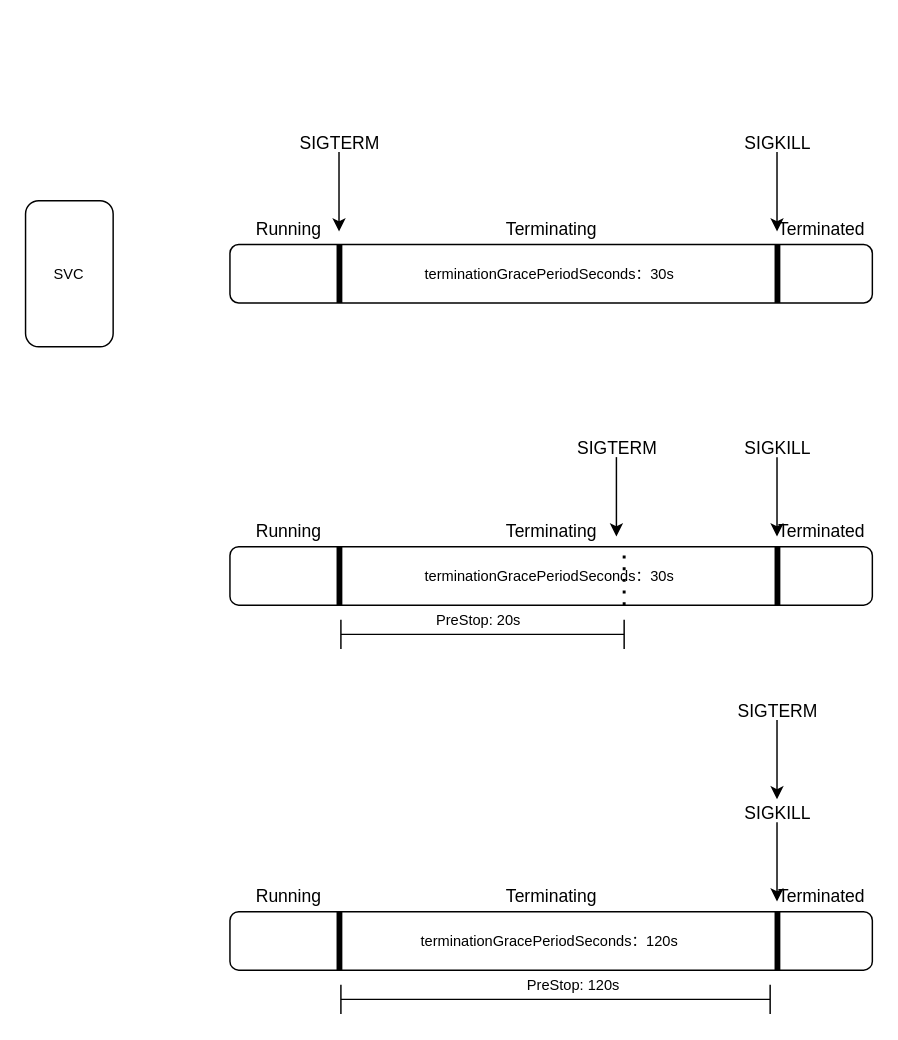
Before: pod_graceful_shutdown.drawio in yubowen0525/ImageStorage, a draw.io diagram. Source tidied: cells renumbered, new cells numbered last; positions are measured from the earlier drawing's top-left corner, leaving out a move shared by most shapes. Both pictures are drawn from the tidied source at 146%, with x=0, y=0 at pixel (25, 128).
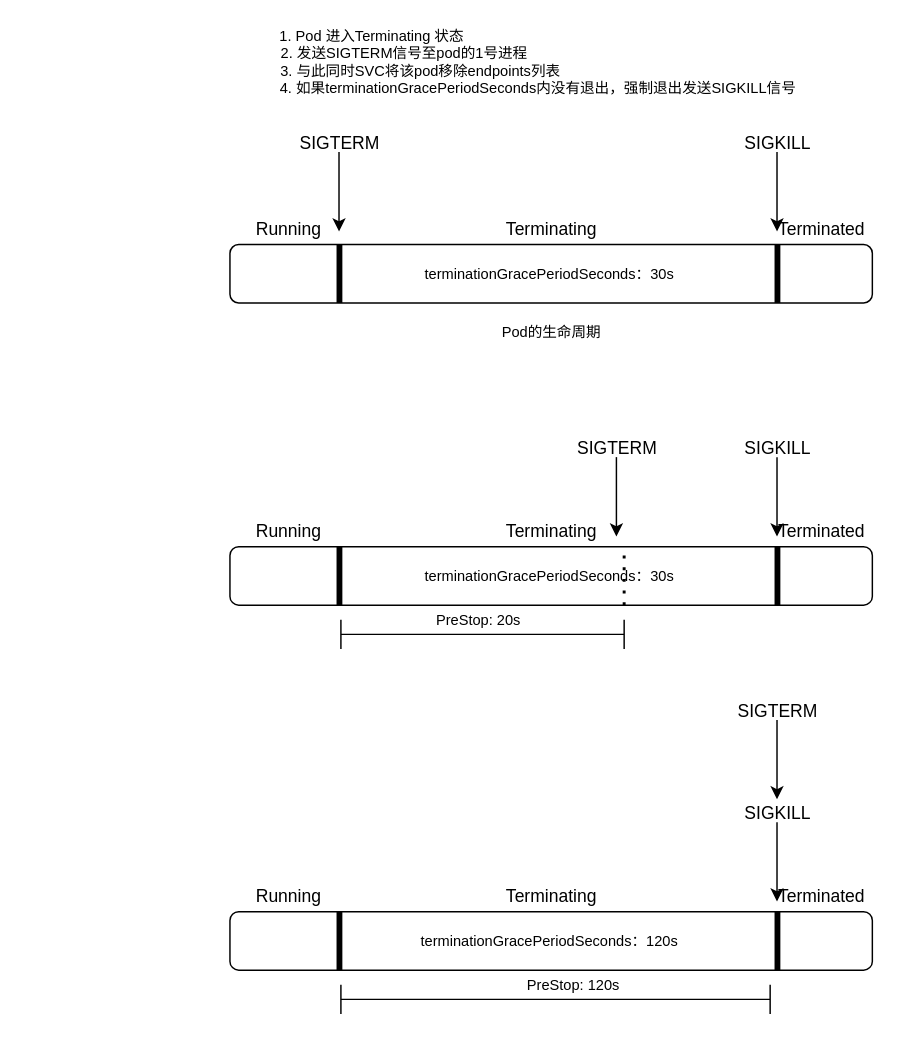
After the change.

What changed in the source:
```diff
@@
-    <mxCell id="47" value="SVC" style="rounded=1;whiteSpace=wrap;html=1;fontSize=10;" parent="1" vertex="1">
-      <mxGeometry y="49" width="60" height="100" as="geometry" />
-    </mxCell>
+    <mxCell id="48" value="1. Pod 进入Terminating 状态&amp;nbsp; &amp;nbsp; &amp;nbsp; &amp;nbsp; &amp;nbsp; &amp;nbsp; &amp;nbsp; &amp;nbsp; &amp;nbsp; &amp;nbsp; &amp;nbsp; &amp;nbsp; &amp;nbsp; &amp;nbsp; &amp;nbsp; &amp;nbsp; &amp;nbsp; &amp;nbsp; &amp;nbsp; &amp;nbsp; &amp;nbsp; &amp;nbsp; &amp;nbsp; &amp;nbsp; &amp;nbsp; &amp;nbsp; &amp;nbsp; &amp;nbsp; &amp;nbsp; &amp;nbsp; &amp;nbsp; &amp;nbsp; &amp;nbsp; &amp;nbsp; &amp;nbsp; &amp;nbsp; &amp;nbsp; &amp;nbsp; &amp;nbsp; &amp;nbsp; &amp;nbsp; &amp;nbsp; &amp;nbsp;&lt;br&gt;2. 发送SIGTERM信号至pod的1号进程&amp;nbsp; &amp;nbsp; &amp;nbsp; &amp;nbsp; &amp;nbsp; &amp;nbsp; &amp;nbsp; &amp;nbsp; &amp;nbsp; &amp;nbsp; &amp;nbsp; &amp;nbsp; &amp;nbsp; &amp;nbsp; &amp;nbsp; &amp;nbsp; &amp;nbsp; &amp;nbsp; &amp;nbsp; &amp;nbsp; &amp;nbsp; &amp;nbsp; &amp;nbsp; &amp;nbsp; &amp;nbsp; &amp;nbsp; &amp;nbsp; &amp;nbsp; &amp;nbsp; &amp;nbsp; &amp;nbsp; &amp;nbsp; &amp;nbsp; &amp;nbsp; &amp;nbsp;&lt;br&gt;3. 与此同时SVC将该pod移除endpoints列表&amp;nbsp; &amp;nbsp; &amp;nbsp; &amp;nbsp; &amp;nbsp; &amp;nbsp; &amp;nbsp; &amp;nbsp; &amp;nbsp; &amp;nbsp; &amp;nbsp; &amp;nbsp; &amp;nbsp; &amp;nbsp; &amp;nbsp; &amp;nbsp; &amp;nbsp; &amp;nbsp; &amp;nbsp; &amp;nbsp; &amp;nbsp; &amp;nbsp; &amp;nbsp; &amp;nbsp; &amp;nbsp; &amp;nbsp; &amp;nbsp; &amp;nbsp; &amp;nbsp; &amp;nbsp; &amp;nbsp;&lt;br&gt;4. 如果terminationGracePeriodSeconds内没有退出，强制退出发送SIGKILL信号&amp;nbsp; &amp;nbsp;" style="text;html=1;align=center;verticalAlign=middle;strokeColor=none;fillColor=none;fontSize=10;" parent="1" vertex="1">
+      <mxGeometry x="130" y="-71" width="450" height="50" as="geometry" />
+    </mxCell>
+    <mxCell id="49" value="Pod的生命周期" style="text;html=1;align=center;verticalAlign=middle;strokeColor=none;fillColor=none;fontSize=10;" parent="1" vertex="1">
+      <mxGeometry x="310" y="129" width="100" height="20" as="geometry" />
+    </mxCell>
```
